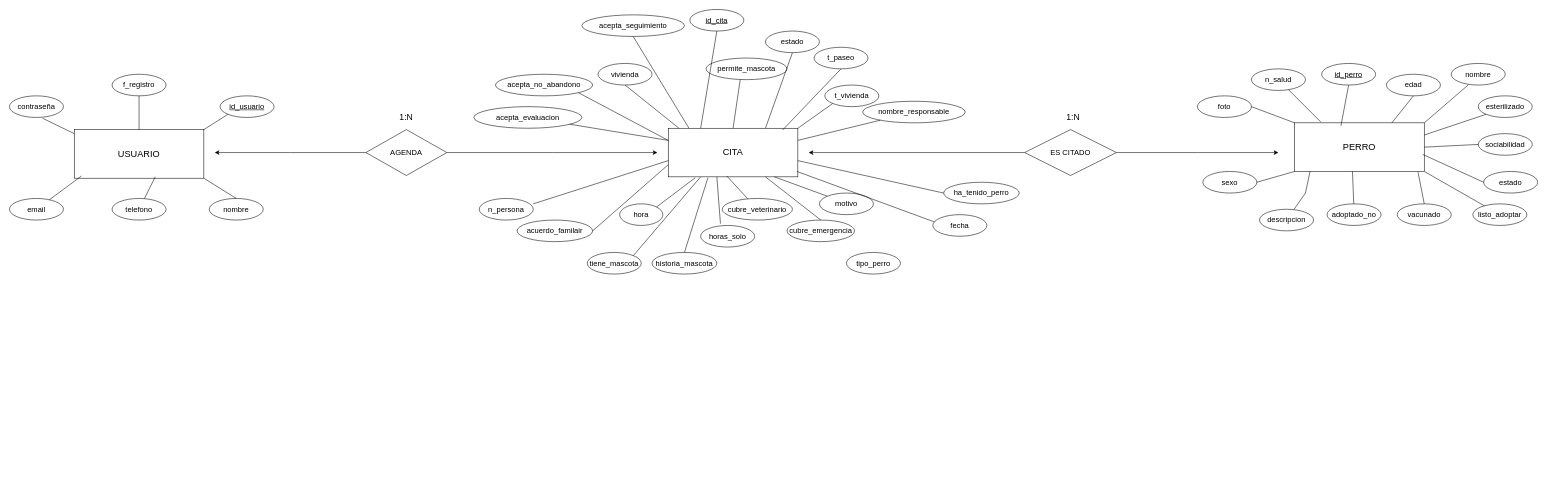
This is docs/Modelo ER.drawio from Jota202010/Pet-adoption-project-PDA-, a draw.io file, before an edit. Source tidied: cells renumbered, new cells numbered last; positions are measured from the earlier drawing's top-left corner, leaving out a move shared by most shapes. Both pictures are drawn from the tidied source at 54%, with x=0, y=0 at pixel (9, 9).
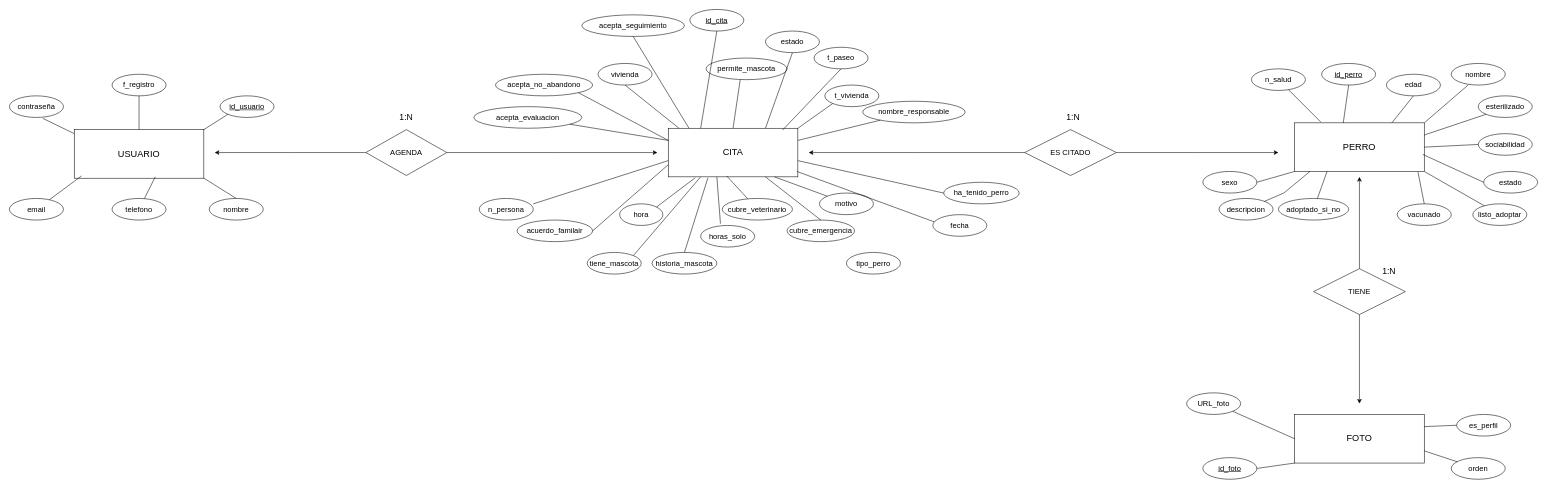
The same diagram, later.

Commit message (it also covers changes not shown here):
nueva entidad foto

Unchanged cells that the change refers to:
```xml
<mxCell id="59" value="PERRO" style="rounded=0;whiteSpace=wrap;html=1;fontSize=17;" parent="1" vertex="1">
  <mxGeometry x="2380" y="210" width="240" height="90" as="geometry" />
</mxCell>
<mxCell id="78" value="id_perro" style="ellipse;whiteSpace=wrap;html=1;align=center;fontStyle=4;fontSize=14;" parent="1" vertex="1">
  <mxGeometry x="2430" y="100" width="100" height="40" as="geometry" />
</mxCell>
```

Change to the diagram source:
```diff
@@
-    <mxCell id="72" value="adoptado_no" style="ellipse;whiteSpace=wrap;html=1;align=center;fontSize=14;" parent="1" vertex="1">
-      <mxGeometry x="2440" y="360" width="100" height="40" as="geometry" />
+    <mxCell id="72" value="adoptado_si_no" style="ellipse;whiteSpace=wrap;html=1;align=center;fontSize=14;" parent="1" vertex="1">
+      <mxGeometry x="2350" y="350" width="130" height="40" as="geometry" />
     </mxCell>
     <mxCell id="73" value="descripcion" style="ellipse;whiteSpace=wrap;html=1;align=center;fontSize=14;" parent="1" vertex="1">
-      <mxGeometry x="2315" y="370" width="100" height="40" as="geometry" />
+      <mxGeometry x="2240" y="350" width="100" height="40" as="geometry" />
     </mxCell>
@@
-    <mxCell id="77" value="foto" style="ellipse;whiteSpace=wrap;html=1;align=center;fontSize=14;" parent="1" vertex="1">
-      <mxGeometry x="2200" y="160" width="100" height="40" as="geometry" />
-    </mxCell>
@@
     <mxCell id="80" style="endArrow=none;html=1;rounded=0;entryX=0.119;entryY=0.998;entryDx=0;entryDy=0;entryPerimeter=0;" parent="1" edge="1" source="73" target="59">
       <mxGeometry relative="1" as="geometry">
         <Array as="points">
-          <mxPoint x="2400" y="340" />
+          <mxPoint x="2360" y="340" />
         </Array>
       </mxGeometry>
     </mxCell>
-    <mxCell id="81" style="endArrow=none;html=1;rounded=0;entryX=0.446;entryY=0.998;entryDx=0;entryDy=0;entryPerimeter=0;" parent="1" edge="1" source="72" target="59">
+    <mxCell id="81" style="endArrow=none;html=1;rounded=0;entryX=0.25;entryY=1;entryDx=0;entryDy=0;" parent="1" edge="1" source="72" target="59">
       <mxGeometry relative="1" as="geometry" />
     </mxCell>
@@
-    <mxCell id="86" style="endArrow=none;html=1;rounded=0;exitX=0;exitY=0;exitDx=0;exitDy=0;entryX=1;entryY=0.5;entryDx=0;entryDy=0;" parent="1" edge="1" source="59" target="77">
-      <mxGeometry relative="1" as="geometry" />
-    </mxCell>
@@
-    <mxCell id="88" style="endArrow=none;html=1;rounded=0;entryX=0.357;entryY=0.062;entryDx=0;entryDy=0;entryPerimeter=0;exitX=0.5;exitY=1;exitDx=0;exitDy=0;" parent="1" edge="1" source="78" target="59">
-      <mxGeometry relative="1" as="geometry" />
+    <mxCell id="88" style="endArrow=none;html=1;rounded=0;exitX=0.5;exitY=1;exitDx=0;exitDy=0;" parent="1" edge="1" source="78">
+      <mxGeometry relative="1" as="geometry">
+        <mxPoint x="2470" y="210" as="targetPoint" />
+      </mxGeometry>
     </mxCell>
@@
+    <mxCell id="94" style="edgeStyle=orthogonalEdgeStyle;rounded=0;jettySize=auto;html=1;" parent="1" edge="1" source="96">
+      <mxGeometry relative="1" as="geometry">
+        <mxPoint x="2500" y="310" as="targetPoint" />
+      </mxGeometry>
+    </mxCell>
+    <mxCell id="95" style="edgeStyle=orthogonalEdgeStyle;rounded=0;jettySize=auto;html=1;" parent="1" edge="1" source="96">
+      <mxGeometry relative="1" as="geometry">
+        <mxPoint x="2500" y="730" as="targetPoint" />
+      </mxGeometry>
+    </mxCell>
+    <mxCell id="96" value="TIENE" style="shape=rhombus;perimeter=rhombusPerimeter;whiteSpace=wrap;html=1;align=center;fontSize=14;" parent="1" vertex="1">
+      <mxGeometry x="2415" y="480" width="170" height="85" as="geometry" />
+    </mxCell>
+    <mxCell id="97" value="FOTO" style="rounded=0;whiteSpace=wrap;html=1;fontSize=17;" parent="1" vertex="1">
+      <mxGeometry x="2380" y="750" width="240" height="90" as="geometry" />
+    </mxCell>
+    <mxCell id="98" value="1:N" style="text;html=1;whiteSpace=wrap;strokeColor=none;fillColor=none;align=center;verticalAlign=middle;rounded=0;fontSize=16;" parent="1" vertex="1">
+      <mxGeometry x="2525" y="470" width="60" height="30" as="geometry" />
+    </mxCell>
+    <mxCell id="99" value="id_foto" style="ellipse;whiteSpace=wrap;html=1;align=center;fontStyle=4;fontSize=14;" parent="1" vertex="1">
+      <mxGeometry x="2210" y="830" width="100" height="40" as="geometry" />
+    </mxCell>
+    <mxCell id="100" value="URL_foto" style="ellipse;whiteSpace=wrap;html=1;align=center;fontSize=14;" parent="1" vertex="1">
+      <mxGeometry x="2180" y="710" width="100" height="40" as="geometry" />
+    </mxCell>
+    <mxCell id="101" value="es_perfil" style="ellipse;whiteSpace=wrap;html=1;align=center;fontSize=14;" parent="1" vertex="1">
+      <mxGeometry x="2680" y="750" width="100" height="40" as="geometry" />
+    </mxCell>
+    <mxCell id="102" value="orden" style="ellipse;whiteSpace=wrap;html=1;align=center;fontSize=14;" parent="1" vertex="1">
+      <mxGeometry x="2670" y="830" width="100" height="40" as="geometry" />
+    </mxCell>
+    <mxCell id="103" style="endArrow=none;html=1;rounded=0;exitX=0;exitY=0.5;exitDx=0;exitDy=0;entryX=1;entryY=1;entryDx=0;entryDy=0;" parent="1" edge="1" source="97" target="100">
+      <mxGeometry relative="1" as="geometry" />
+    </mxCell>
+    <mxCell id="104" style="endArrow=none;html=1;rounded=0;exitX=0;exitY=1;exitDx=0;exitDy=0;entryX=1;entryY=0.5;entryDx=0;entryDy=0;" parent="1" edge="1" source="97" target="99">
+      <mxGeometry relative="1" as="geometry" />
+    </mxCell>
+    <mxCell id="105" style="endArrow=none;html=1;rounded=0;exitX=0;exitY=0.5;exitDx=0;exitDy=0;entryX=1;entryY=0.25;entryDx=0;entryDy=0;" parent="1" edge="1" source="101" target="97">
+      <mxGeometry relative="1" as="geometry" />
+    </mxCell>
+    <mxCell id="106" style="endArrow=none;html=1;rounded=0;exitX=1;exitY=0.75;exitDx=0;exitDy=0;" parent="1" edge="1" source="97" target="102">
+      <mxGeometry relative="1" as="geometry" />
+    </mxCell>
```
